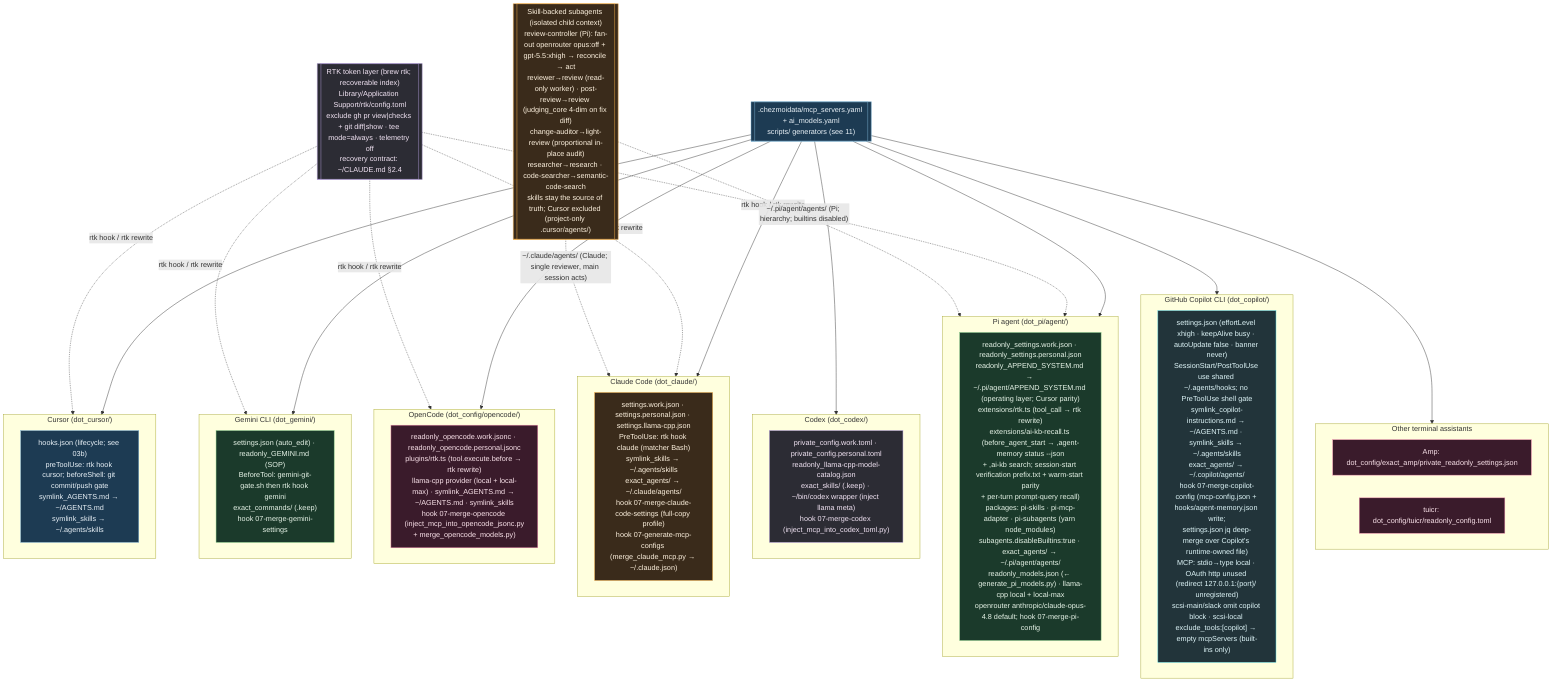
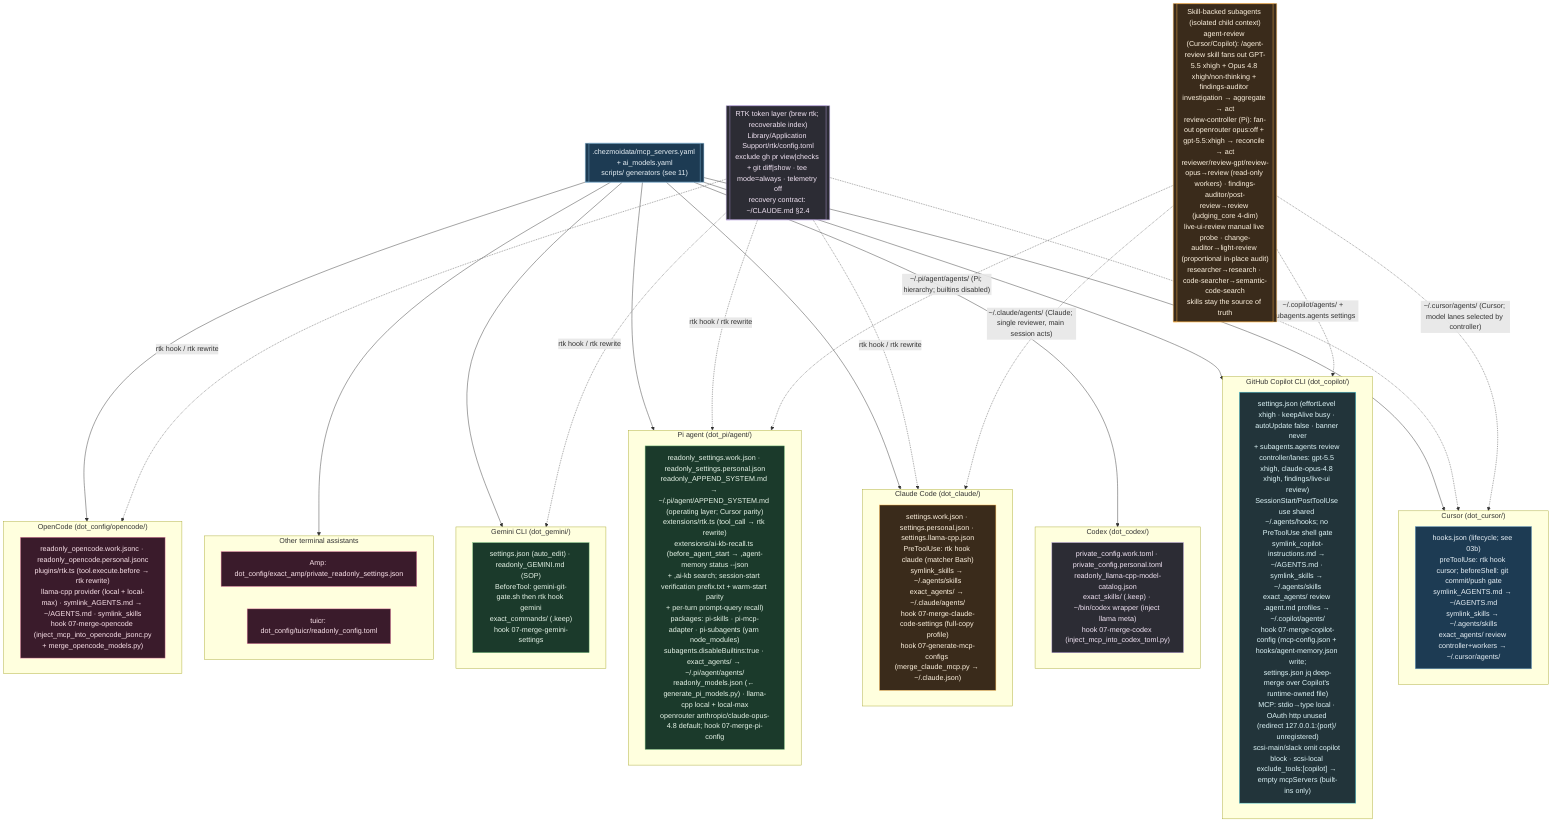
%% ============================================================================
%% 12-ai-tool-configs.mmd — Every per-tool AI config file in home/.
%% Pattern: source carries .work + .personal variants; a 07-merge-* hook picks
%% by isWork and merges generated MCP/model blocks into the live config.
%% ============================================================================
flowchart TB
    classDef cursor fill:#1d3b53,stroke:#7fb3d5,color:#eaf2f8;
    classDef claude fill:#3a2b1b,stroke:#ffb74d,color:#fff3e0;
    classDef codex fill:#2c2c34,stroke:#b39ddb,color:#f3e5f5;
    classDef gem fill:#1b3a2b,stroke:#81c784,color:#e8f5e9;
    classDef oc fill:#3a1b2b,stroke:#f48fb1,color:#fce4ec;
    classDef cop fill:#22343a,stroke:#4dd0e1,color:#e0f7fa;

    subgraph CURSOR["Cursor (dot_cursor/)"]
-         CU["hooks.json (lifecycle; see 03b)<br/>preToolUse: rtk hook cursor; beforeShell: git commit/push gate<br/>symlink_AGENTS.md → ~/AGENTS.md<br/>symlink_skills → ~/.agents/skills"]:::cursor
+         CU["hooks.json (lifecycle; see 03b)<br/>preToolUse: rtk hook cursor; beforeShell: git commit/push gate<br/>symlink_AGENTS.md → ~/AGENTS.md<br/>symlink_skills → ~/.agents/skills<br/>exact_agents/ review controller+workers → ~/.cursor/agents/"]:::cursor
    end

    subgraph CLAUDE["Claude Code (dot_claude/)"]
        CLD["settings.work.json · settings.personal.json · settings.llama-cpp.json<br/>PreToolUse: rtk hook claude (matcher Bash)<br/>symlink_skills → ~/.agents/skills<br/>exact_agents/ → ~/.claude/agents/<br/>hook 07-merge-claude-code-settings (full-copy profile)<br/>hook 07-generate-mcp-configs (merge_claude_mcp.py → ~/.claude.json)"]:::claude
    end

    subgraph CODEX["Codex (dot_codex/)"]
        CDX["private_config.work.toml · private_config.personal.toml<br/>readonly_llama-cpp-model-catalog.json<br/>exact_skills/ (.keep) · ~/bin/codex wrapper (inject llama meta)<br/>hook 07-merge-codex (inject_mcp_into_codex_toml.py)"]:::codex
    end

    subgraph GEMINI["Gemini CLI (dot_gemini/)"]
        GMN["settings.json (auto_edit) · readonly_GEMINI.md (SOP)<br/>BeforeTool: gemini-git-gate.sh then rtk hook gemini<br/>exact_commands/ (.keep)<br/>hook 07-merge-gemini-settings"]:::gem
    end

    subgraph OPENCODE["OpenCode (dot_config/opencode/)"]
        OPC["readonly_opencode.work.jsonc · readonly_opencode.personal.jsonc<br/>plugins/rtk.ts (tool.execute.before → rtk rewrite)<br/>llama-cpp provider (local + local-max) · symlink_AGENTS.md → ~/AGENTS.md · symlink_skills<br/>hook 07-merge-opencode (inject_mcp_into_opencode_jsonc.py<br/>+ merge_opencode_models.py)"]:::oc
    end

    subgraph PI["Pi agent (dot_pi/agent/)"]
        PIA["readonly_settings.work.json · readonly_settings.personal.json<br/>readonly_APPEND_SYSTEM.md → ~/.pi/agent/APPEND_SYSTEM.md (operating layer; Cursor parity)<br/>extensions/rtk.ts (tool_call → rtk rewrite)<br/>extensions/ai-kb-recall.ts (before_agent_start → ,agent-memory status --json<br/>+ ,ai-kb search; session-start verification prefix.txt + warm-start parity<br/>+ per-turn prompt-query recall)<br/>packages: pi-skills · pi-mcp-adapter · pi-subagents (yarn node_modules)<br/>subagents.disableBuiltins:true · exact_agents/ → ~/.pi/agent/agents/<br/>readonly_models.json (← generate_pi_models.py) · llama-cpp local + local-max<br/>openrouter anthropic/claude-opus-4.8 default; hook 07-merge-pi-config"]:::gem
    end

    subgraph COPILOT["GitHub Copilot CLI (dot_copilot/)"]
-         COP["settings.json (effortLevel xhigh · keepAlive busy · autoUpdate false · banner never)<br/>SessionStart/PostToolUse use shared ~/.agents/hooks; no PreToolUse shell gate<br/>symlink_copilot-instructions.md → ~/AGENTS.md · symlink_skills → ~/.agents/skills<br/>exact_agents/ → ~/.copilot/agents/<br/>hook 07-merge-copilot-config (mcp-config.json + hooks/agent-memory.json write;<br/>settings.json jq deep-merge over Copilot's runtime-owned file)<br/>MCP: stdio→type local · OAuth http unused (redirect 127.0.0.1:{port}/ unregistered)<br/>scsi-main/slack omit copilot block · scsi-local exclude_tools:[copilot] → empty mcpServers (built-ins only)"]:::cop
+         COP["settings.json (effortLevel xhigh · keepAlive busy · autoUpdate false · banner never<br/>+ subagents.agents review controller/lanes: gpt-5.5 xhigh, claude-opus-4.8 xhigh, findings/live-ui review)<br/>SessionStart/PostToolUse use shared ~/.agents/hooks; no PreToolUse shell gate<br/>symlink_copilot-instructions.md → ~/AGENTS.md · symlink_skills → ~/.agents/skills<br/>exact_agents/ review .agent.md profiles → ~/.copilot/agents/<br/>hook 07-merge-copilot-config (mcp-config.json + hooks/agent-memory.json write;<br/>settings.json jq deep-merge over Copilot's runtime-owned file)<br/>MCP: stdio→type local · OAuth http unused (redirect 127.0.0.1:{port}/ unregistered)<br/>scsi-main/slack omit copilot block · scsi-local exclude_tools:[copilot] → empty mcpServers (built-ins only)"]:::cop
    end

    subgraph OTHER["Other terminal assistants"]
        AMP["Amp: dot_config/exact_amp/private_readonly_settings.json"]:::oc
        TUI["tuicr: dot_config/tuicr/readonly_config.toml"]:::oc
    end

    REG[[".chezmoidata/mcp_servers.yaml + ai_models.yaml<br/>scripts/ generators (see 11)"]]:::cursor
    REG --> CURSOR & CLAUDE & CODEX & GEMINI & OPENCODE & PI & COPILOT & OTHER

    RTK[["RTK token layer (brew rtk; recoverable index)<br/>Library/Application Support/rtk/config.toml<br/>exclude gh pr view|checks + git diff|show · tee mode=always · telemetry off<br/>recovery contract: ~/CLAUDE.md §2.4"]]:::codex
    RTK -.->|"rtk hook / rtk rewrite"| CURSOR & CLAUDE & GEMINI & OPENCODE & PI

-     SUBA[["Skill-backed subagents (isolated child context)<br/>review-controller (Pi): fan-out openrouter opus:off + gpt-5.5:xhigh → reconcile → act<br/>reviewer→review (read-only worker) · post-review→review (judging_core 4-dim on fix diff)<br/>change-auditor→light-review (proportional in-place audit)<br/>researcher→research · code-searcher→semantic-code-search<br/>skills stay the source of truth; Cursor excluded (project-only .cursor/agents/)"]]:::claude
+     SUBA[["Skill-backed subagents (isolated child context)<br/>agent-review (Cursor/Copilot): /agent-review skill fans out GPT-5.5 xhigh + Opus 4.8 xhigh/non-thinking + findings-auditor investigation → aggregate → act<br/>review-controller (Pi): fan-out openrouter opus:off + gpt-5.5:xhigh → reconcile → act<br/>reviewer/review-gpt/review-opus→review (read-only workers) · findings-auditor/post-review→review (judging_core 4-dim)<br/>live-ui-review manual live probe · change-auditor→light-review (proportional in-place audit)<br/>researcher→research · code-searcher→semantic-code-search<br/>skills stay the source of truth"]]:::claude
+     SUBA -.->|"~/.cursor/agents/ (Cursor; model lanes selected by controller)"| CURSOR
+     SUBA -.->|"~/.copilot/agents/ + subagents.agents settings"| COPILOT
    SUBA -.->|"~/.claude/agents/ (Claude; single reviewer, main session acts)"| CLAUDE
    SUBA -.->|"~/.pi/agent/agents/ (Pi; hierarchy; builtins disabled)"| PI
